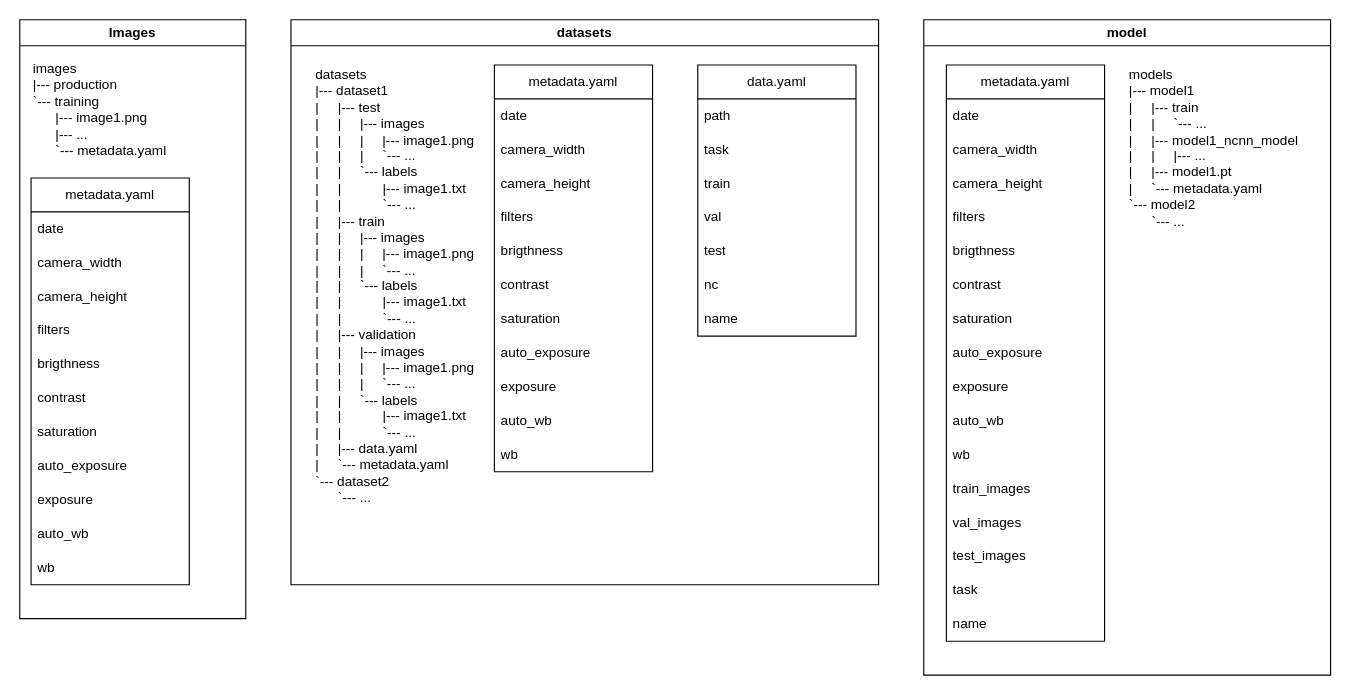
Earlier version of the draw.io diagram docs/file_structures/training.dio (Jaimead7/YOLO_Model_Manager). Source tidied: cells renumbered, new cells numbered last; positions are measured from the earlier drawing's top-left corner, leaving out a move shared by most shapes. Both pictures are drawn from the tidied source at 113%, with x=0, y=0 at pixel (19, 19).
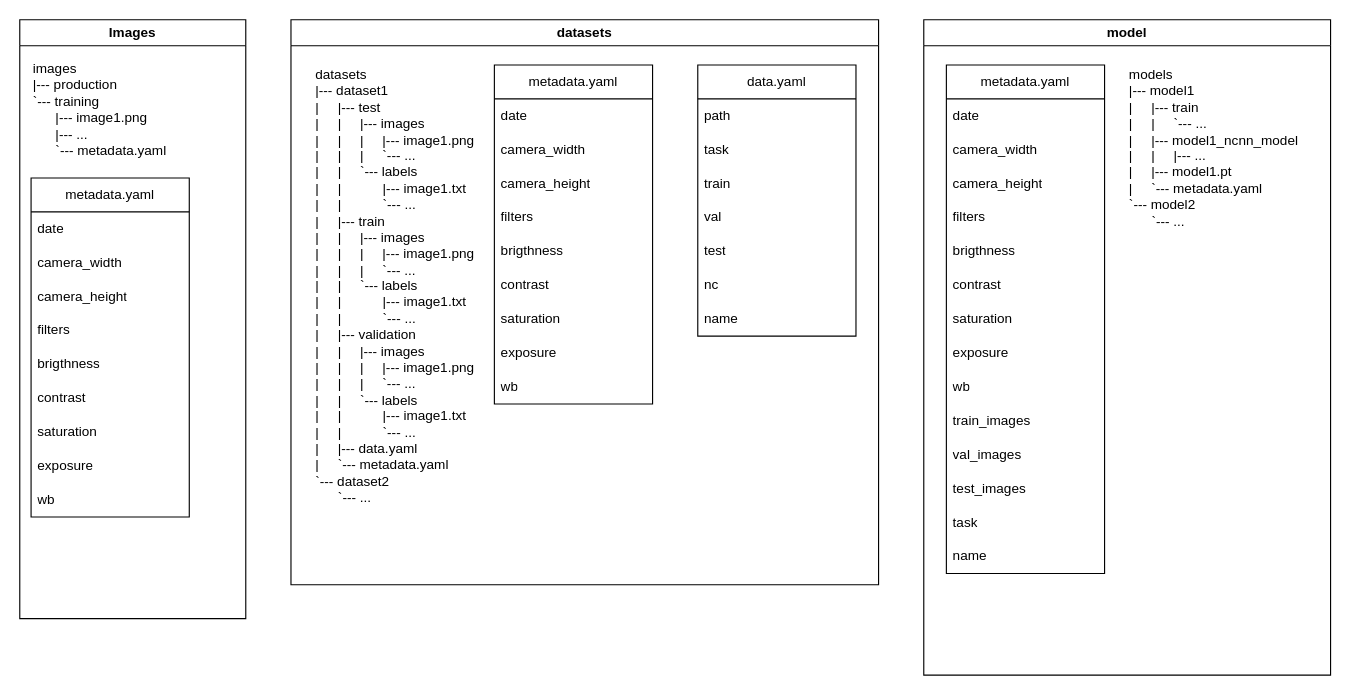
After the change.

The change refers to these unchanged cells:
```xml
<mxCell id="2" value="Images" style="swimlane;whiteSpace=wrap;html=1;" parent="1" vertex="1">
  <mxGeometry width="200" height="530" as="geometry" />
</mxCell>
<mxCell id="16" value="datasets" style="swimlane;whiteSpace=wrap;html=1;" parent="1" vertex="1">
  <mxGeometry x="240" width="520" height="500" as="geometry" />
</mxCell>
<mxCell id="38" value="model" style="swimlane;whiteSpace=wrap;html=1;" parent="1" vertex="1">
  <mxGeometry x="800" width="360" height="580" as="geometry" />
</mxCell>
```

Diff of the diagram source:
```diff
@@
     <mxCell id="4" value="metadata.yaml" style="swimlane;fontStyle=0;horizontal=1;startSize=30;whiteSpace=wrap;html=1;" parent="2" vertex="1">
-      <mxGeometry x="10" y="140" width="140" height="360" as="geometry" />
+      <mxGeometry x="10" y="140" width="140" height="300" as="geometry" />
     </mxCell>
@@
-    <mxCell id="12" value="auto_exposure" style="text;strokeColor=none;fillColor=none;align=left;verticalAlign=middle;spacingLeft=4;spacingRight=4;overflow=hidden;whiteSpace=wrap;html=1;" parent="4" vertex="1">
-      <mxGeometry y="240" width="140" height="30" as="geometry" />
-    </mxCell>
     <mxCell id="13" value="exposure" style="text;strokeColor=none;fillColor=none;align=left;verticalAlign=middle;spacingLeft=4;spacingRight=4;overflow=hidden;whiteSpace=wrap;html=1;" parent="4" vertex="1">
-      <mxGeometry y="270" width="140" height="30" as="geometry" />
+      <mxGeometry y="240" width="140" height="30" as="geometry" />
     </mxCell>
-    <mxCell id="14" value="auto_wb" style="text;strokeColor=none;fillColor=none;align=left;verticalAlign=middle;spacingLeft=4;spacingRight=4;overflow=hidden;whiteSpace=wrap;html=1;" parent="4" vertex="1">
-      <mxGeometry y="300" width="140" height="30" as="geometry" />
-    </mxCell>
     <mxCell id="15" value="wb" style="text;strokeColor=none;fillColor=none;align=left;verticalAlign=middle;spacingLeft=4;spacingRight=4;overflow=hidden;whiteSpace=wrap;html=1;" parent="4" vertex="1">
-      <mxGeometry y="330" width="140" height="30" as="geometry" />
+      <mxGeometry y="270" width="140" height="30" as="geometry" />
     </mxCell>
@@
     <mxCell id="26" value="metadata.yaml" style="swimlane;fontStyle=0;horizontal=1;startSize=30;whiteSpace=wrap;html=1;" parent="16" vertex="1">
-      <mxGeometry x="180" y="40" width="140" height="360" as="geometry" />
+      <mxGeometry x="180" y="40" width="140" height="300" as="geometry" />
     </mxCell>
@@
-    <mxCell id="34" value="auto_exposure" style="text;strokeColor=none;fillColor=none;align=left;verticalAlign=middle;spacingLeft=4;spacingRight=4;overflow=hidden;whiteSpace=wrap;html=1;" parent="26" vertex="1">
-      <mxGeometry y="240" width="140" height="30" as="geometry" />
-    </mxCell>
     <mxCell id="35" value="exposure" style="text;strokeColor=none;fillColor=none;align=left;verticalAlign=middle;spacingLeft=4;spacingRight=4;overflow=hidden;whiteSpace=wrap;html=1;" parent="26" vertex="1">
-      <mxGeometry y="270" width="140" height="30" as="geometry" />
+      <mxGeometry y="240" width="140" height="30" as="geometry" />
     </mxCell>
-    <mxCell id="36" value="auto_wb" style="text;strokeColor=none;fillColor=none;align=left;verticalAlign=middle;spacingLeft=4;spacingRight=4;overflow=hidden;whiteSpace=wrap;html=1;" parent="26" vertex="1">
-      <mxGeometry y="300" width="140" height="30" as="geometry" />
-    </mxCell>
     <mxCell id="37" value="wb" style="text;strokeColor=none;fillColor=none;align=left;verticalAlign=middle;spacingLeft=4;spacingRight=4;overflow=hidden;whiteSpace=wrap;html=1;" parent="26" vertex="1">
-      <mxGeometry y="330" width="140" height="30" as="geometry" />
+      <mxGeometry y="270" width="140" height="30" as="geometry" />
     </mxCell>
@@
     <mxCell id="40" value="metadata.yaml" style="swimlane;fontStyle=0;horizontal=1;startSize=30;whiteSpace=wrap;html=1;" parent="38" vertex="1">
-      <mxGeometry x="20" y="40" width="140" height="510" as="geometry" />
+      <mxGeometry x="20" y="40" width="140" height="450" as="geometry" />
     </mxCell>
@@
-    <mxCell id="48" value="auto_exposure" style="text;strokeColor=none;fillColor=none;align=left;verticalAlign=middle;spacingLeft=4;spacingRight=4;overflow=hidden;whiteSpace=wrap;html=1;" parent="40" vertex="1">
-      <mxGeometry y="240" width="140" height="30" as="geometry" />
-    </mxCell>
     <mxCell id="49" value="exposure" style="text;strokeColor=none;fillColor=none;align=left;verticalAlign=middle;spacingLeft=4;spacingRight=4;overflow=hidden;whiteSpace=wrap;html=1;" parent="40" vertex="1">
-      <mxGeometry y="270" width="140" height="30" as="geometry" />
+      <mxGeometry y="240" width="140" height="30" as="geometry" />
     </mxCell>
-    <mxCell id="50" value="auto_wb" style="text;strokeColor=none;fillColor=none;align=left;verticalAlign=middle;spacingLeft=4;spacingRight=4;overflow=hidden;whiteSpace=wrap;html=1;" parent="40" vertex="1">
-      <mxGeometry y="300" width="140" height="30" as="geometry" />
-    </mxCell>
     <mxCell id="51" value="wb" style="text;strokeColor=none;fillColor=none;align=left;verticalAlign=middle;spacingLeft=4;spacingRight=4;overflow=hidden;whiteSpace=wrap;html=1;" parent="40" vertex="1">
-      <mxGeometry y="330" width="140" height="30" as="geometry" />
+      <mxGeometry y="270" width="140" height="30" as="geometry" />
     </mxCell>
     <mxCell id="52" value="train_images" style="text;strokeColor=none;fillColor=none;align=left;verticalAlign=middle;spacingLeft=4;spacingRight=4;overflow=hidden;whiteSpace=wrap;html=1;" parent="40" vertex="1">
-      <mxGeometry y="360" width="140" height="30" as="geometry" />
+      <mxGeometry y="300" width="140" height="30" as="geometry" />
     </mxCell>
     <mxCell id="53" value="val_images" style="text;strokeColor=none;fillColor=none;align=left;verticalAlign=middle;spacingLeft=4;spacingRight=4;overflow=hidden;whiteSpace=wrap;html=1;" parent="40" vertex="1">
-      <mxGeometry y="390" width="140" height="30" as="geometry" />
+      <mxGeometry y="330" width="140" height="30" as="geometry" />
     </mxCell>
     <mxCell id="54" value="test_images" style="text;strokeColor=none;fillColor=none;align=left;verticalAlign=middle;spacingLeft=4;spacingRight=4;overflow=hidden;whiteSpace=wrap;html=1;" parent="40" vertex="1">
-      <mxGeometry y="420" width="140" height="30" as="geometry" />
+      <mxGeometry y="360" width="140" height="30" as="geometry" />
     </mxCell>
     <mxCell id="55" value="task" style="text;strokeColor=none;fillColor=none;align=left;verticalAlign=middle;spacingLeft=4;spacingRight=4;overflow=hidden;whiteSpace=wrap;html=1;" parent="40" vertex="1">
-      <mxGeometry y="450" width="140" height="30" as="geometry" />
+      <mxGeometry y="390" width="140" height="30" as="geometry" />
     </mxCell>
     <mxCell id="56" value="name" style="text;strokeColor=none;fillColor=none;align=left;verticalAlign=middle;spacingLeft=4;spacingRight=4;overflow=hidden;whiteSpace=wrap;html=1;" parent="40" vertex="1">
-      <mxGeometry y="480" width="140" height="30" as="geometry" />
+      <mxGeometry y="420" width="140" height="30" as="geometry" />
     </mxCell>
```
